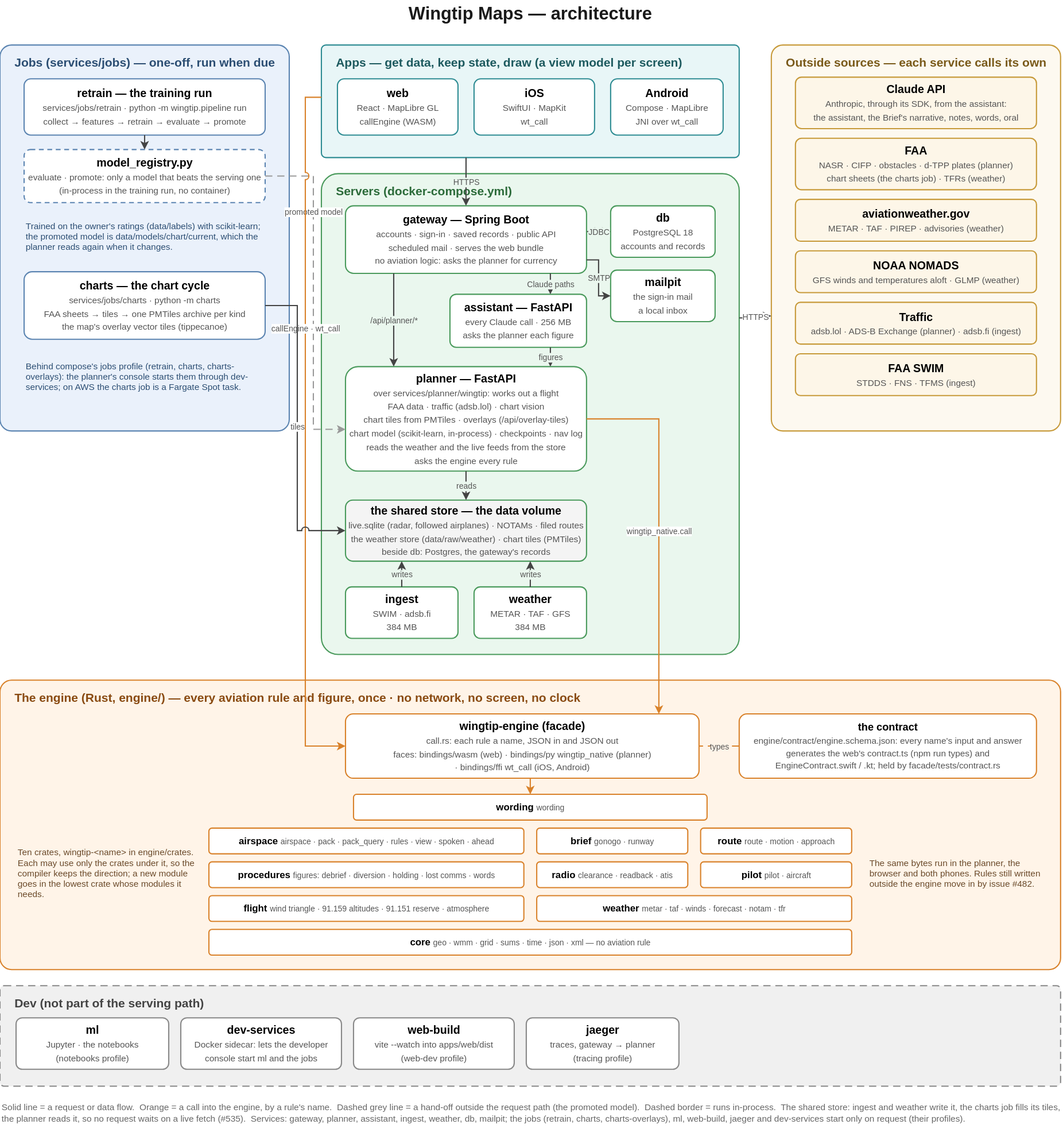
asdaq-samir/wingtip keeps this draw.io diagram as docs/architecture-current.svg. Above is the earlier version. Source tidied: cells renumbered, new cells last; positions are measured from the earlier drawing's top-left corner, leaving out a move shared by most shapes.
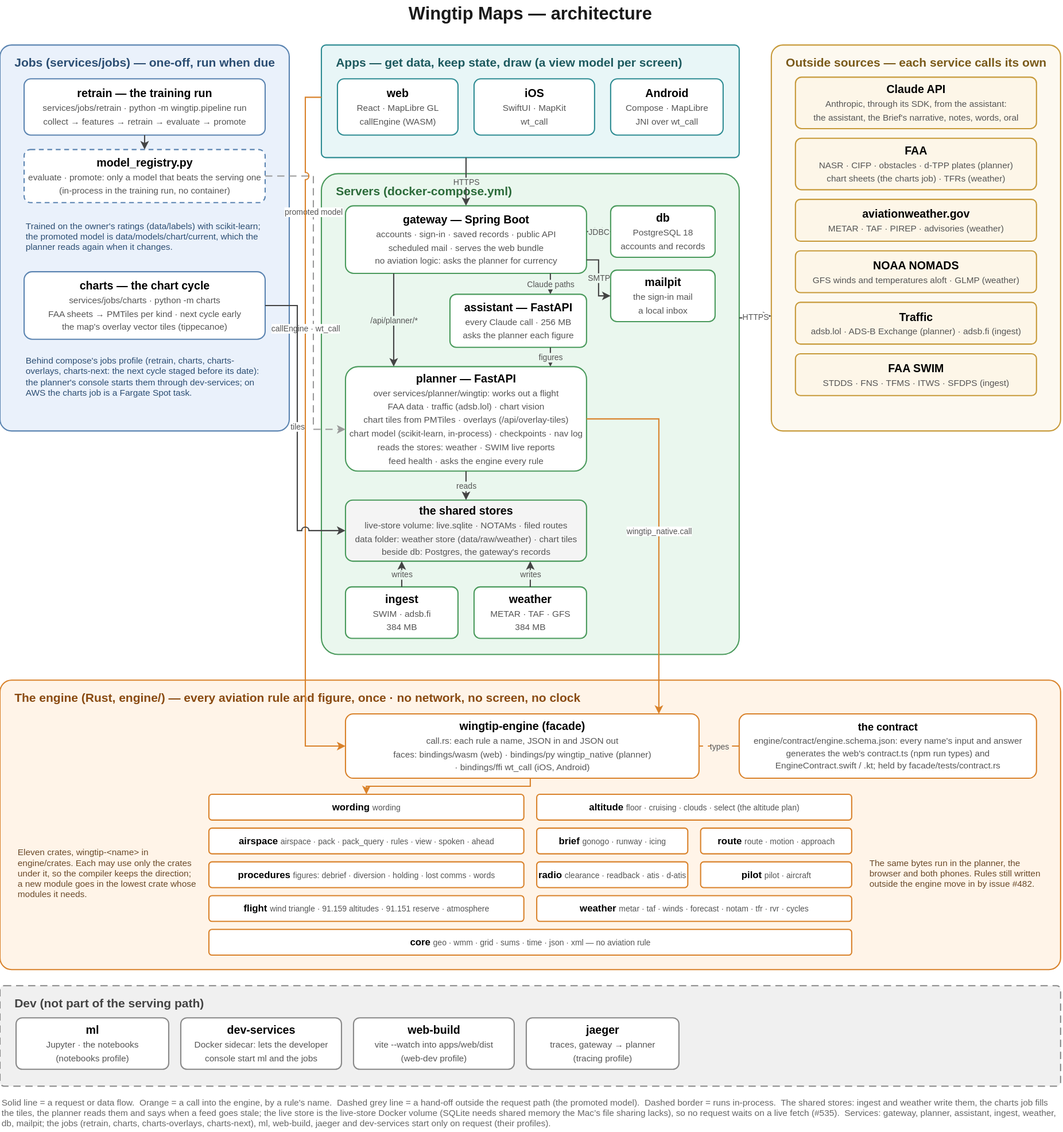
Above is the later version.

What changed in the source:
```diff
@@ -26,10 +26,10 @@
     <mxCell id="9" value="&lt;b&gt;retrain — the training run&lt;/b&gt;&lt;br&gt;&lt;span style=&quot;font-size:11px;color:#555555;&quot;&gt;services/jobs/retrain · python -m wingtip.pipeline run&lt;/span&gt;&lt;br&gt;&lt;span style=&quot;font-size:11px;color:#555555;&quot;&gt;collect → features → retrain → evaluate → promote&lt;/span&gt;" style="rounded=1;arcSize=12;whiteSpace=wrap;html=1;fillColor=#FFFFFF;strokeColor=#5B84B1;strokeWidth=1.5;fontSize=14;" parent="1" vertex="1">
       <mxGeometry x="30" y="98" width="300" height="70" as="geometry" />
     </mxCell>
-    <mxCell id="10" value="&lt;b&gt;charts — the chart cycle&lt;/b&gt;&lt;br&gt;&lt;span style=&quot;font-size:11px;color:#555555;&quot;&gt;services/jobs/charts · python -m charts&lt;/span&gt;&lt;br&gt;&lt;span style=&quot;font-size:11px;color:#555555;&quot;&gt;FAA sheets → tiles → one PMTiles archive per kind&lt;/span&gt;&lt;br&gt;&lt;span style=&quot;font-size:11px;color:#555555;&quot;&gt;the map's overlay vector tiles (tippecanoe)&lt;/span&gt;" style="rounded=1;arcSize=12;whiteSpace=wrap;html=1;fillColor=#FFFFFF;strokeColor=#5B84B1;strokeWidth=1.5;fontSize=14;" parent="1" vertex="1">
+    <mxCell id="10" value="&lt;b&gt;charts — the chart cycle&lt;/b&gt;&lt;br&gt;&lt;span style=&quot;font-size:11px;color:#555555;&quot;&gt;services/jobs/charts · python -m charts&lt;/span&gt;&lt;br&gt;&lt;span style=&quot;font-size:11px;color:#555555;&quot;&gt;FAA sheets → PMTiles per kind · next cycle early&lt;/span&gt;&lt;br&gt;&lt;span style=&quot;font-size:11px;color:#555555;&quot;&gt;the map's overlay vector tiles (tippecanoe)&lt;/span&gt;" style="rounded=1;arcSize=12;whiteSpace=wrap;html=1;fillColor=#FFFFFF;strokeColor=#5B84B1;strokeWidth=1.5;fontSize=14;" parent="1" vertex="1">
       <mxGeometry x="30" y="338" width="300" height="84" as="geometry" />
     </mxCell>
-    <mxCell id="11" value="Behind compose's jobs profile (retrain, charts, charts-overlays): the planner's console starts them through dev-services; on AWS the charts job is a Fargate Spot task." style="text;html=1;whiteSpace=wrap;align=left;verticalAlign=middle;fontSize=11;fontColor=#2C4E73;" parent="1" vertex="1">
+    <mxCell id="11" value="Behind compose's jobs profile (retrain, charts, charts-overlays, charts-next: the next cycle staged before its date): the planner's console starts them through dev-services; on AWS the charts job is a Fargate Spot task." style="text;html=1;whiteSpace=wrap;align=left;verticalAlign=middle;fontSize=11;fontColor=#2C4E73;" parent="1" vertex="1">
       <mxGeometry x="30" y="438" width="300" height="60" as="geometry" />
     </mxCell>
     <mxCell id="12" value="&lt;b&gt;model_registry.py&lt;/b&gt;&lt;br&gt;&lt;span style=&quot;font-size:11px;color:#555555;&quot;&gt;evaluate · promote: only a model that beats the serving one&lt;/span&gt;&lt;br&gt;&lt;span style=&quot;font-size:11px;color:#555555;&quot;&gt;(in-process in the training run, no container)&lt;/span&gt;" style="rounded=1;arcSize=12;whiteSpace=wrap;html=1;fillColor=#FFFFFF;strokeColor=#5B84B1;strokeWidth=1.5;fontSize=14;dashed=1;dashPattern=4 3;" parent="1" vertex="1">
@@ -56,13 +56,13 @@
     <mxCell id="19" value="&lt;b&gt;mailpit&lt;/b&gt;&lt;br&gt;&lt;span style=&quot;font-size:11px;color:#555555;&quot;&gt;the sign-in mail&lt;/span&gt;&lt;br&gt;&lt;span style=&quot;font-size:11px;color:#555555;&quot;&gt;a local inbox&lt;/span&gt;" style="rounded=1;arcSize=12;whiteSpace=wrap;html=1;fillColor=#FFFFFF;strokeColor=#4A9A5C;strokeWidth=1.5;fontSize=14;" parent="1" vertex="1">
       <mxGeometry x="760" y="336" width="130" height="64" as="geometry" />
     </mxCell>
-    <mxCell id="20" value="&lt;b&gt;planner — FastAPI&lt;/b&gt;&lt;br&gt;&lt;span style=&quot;font-size:11px;color:#555555;&quot;&gt;over services/planner/wingtip: works out a flight&lt;/span&gt;&lt;br&gt;&lt;span style=&quot;font-size:11px;color:#555555;&quot;&gt;FAA data · traffic (adsb.lol) · chart vision&lt;/span&gt;&lt;br&gt;&lt;span style=&quot;font-size:11px;color:#555555;&quot;&gt;chart tiles from PMTiles · overlays (/api/overlay-tiles)&lt;/span&gt;&lt;br&gt;&lt;span style=&quot;font-size:11px;color:#555555;&quot;&gt;chart model (scikit-learn, in-process) · checkpoints · nav log&lt;/span&gt;&lt;br&gt;&lt;span style=&quot;font-size:11px;color:#555555;&quot;&gt;reads the weather and the live feeds from the store&lt;/span&gt;&lt;br&gt;&lt;span style=&quot;font-size:11px;color:#555555;&quot;&gt;asks the engine every rule&lt;/span&gt;" style="rounded=1;arcSize=12;whiteSpace=wrap;html=1;fillColor=#FFFFFF;strokeColor=#4A9A5C;strokeWidth=1.5;fontSize=14;" parent="1" vertex="1">
+    <mxCell id="20" value="&lt;b&gt;planner — FastAPI&lt;/b&gt;&lt;br&gt;&lt;span style=&quot;font-size:11px;color:#555555;&quot;&gt;over services/planner/wingtip: works out a flight&lt;/span&gt;&lt;br&gt;&lt;span style=&quot;font-size:11px;color:#555555;&quot;&gt;FAA data · traffic (adsb.lol) · chart vision&lt;/span&gt;&lt;br&gt;&lt;span style=&quot;font-size:11px;color:#555555;&quot;&gt;chart tiles from PMTiles · overlays (/api/overlay-tiles)&lt;/span&gt;&lt;br&gt;&lt;span style=&quot;font-size:11px;color:#555555;&quot;&gt;chart model (scikit-learn, in-process) · checkpoints · nav log&lt;/span&gt;&lt;br&gt;&lt;span style=&quot;font-size:11px;color:#555555;&quot;&gt;reads the stores: weather · SWIM live reports&lt;/span&gt;&lt;br&gt;&lt;span style=&quot;font-size:11px;color:#555555;&quot;&gt;feed health · asks the engine every rule&lt;/span&gt;" style="rounded=1;arcSize=12;whiteSpace=wrap;html=1;fillColor=#FFFFFF;strokeColor=#4A9A5C;strokeWidth=1.5;fontSize=14;" parent="1" vertex="1">
       <mxGeometry x="430" y="456" width="300" height="130" as="geometry" />
     </mxCell>
     <mxCell id="21" value="&lt;b&gt;assistant — FastAPI&lt;/b&gt;&lt;br&gt;&lt;span style=&quot;font-size:11px;color:#555555;&quot;&gt;every Claude call · 256 MB&lt;/span&gt;&lt;br&gt;&lt;span style=&quot;font-size:11px;color:#555555;&quot;&gt;asks the planner each figure&lt;/span&gt;" style="rounded=1;arcSize=12;whiteSpace=wrap;html=1;fillColor=#FFFFFF;strokeColor=#4A9A5C;strokeWidth=1.5;fontSize=14;" parent="1" vertex="1">
       <mxGeometry x="560" y="366" width="170" height="66" as="geometry" />
     </mxCell>
-    <mxCell id="22" value="&lt;b&gt;the shared store — the data volume&lt;/b&gt;&lt;br&gt;&lt;span style=&quot;font-size:11px;color:#555555;&quot;&gt;live.sqlite (radar, followed airplanes) · NOTAMs · filed routes&lt;/span&gt;&lt;br&gt;&lt;span style=&quot;font-size:11px;color:#555555;&quot;&gt;the weather store (data/raw/weather) · chart tiles (PMTiles)&lt;/span&gt;&lt;br&gt;&lt;span style=&quot;font-size:11px;color:#555555;&quot;&gt;beside db: Postgres, the gateway's records&lt;/span&gt;" style="rounded=1;arcSize=12;whiteSpace=wrap;html=1;fillColor=#F4F4F4;strokeColor=#4A9A5C;strokeWidth=1.5;fontSize=14;" parent="1" vertex="1">
+    <mxCell id="22" value="&lt;b&gt;the shared stores&lt;/b&gt;&lt;br&gt;&lt;span style=&quot;font-size:11px;color:#555555;&quot;&gt;live-store volume: live.sqlite · NOTAMs · filed routes&lt;/span&gt;&lt;br&gt;&lt;span style=&quot;font-size:11px;color:#555555;&quot;&gt;data folder: weather store (data/raw/weather) · chart tiles&lt;/span&gt;&lt;br&gt;&lt;span style=&quot;font-size:11px;color:#555555;&quot;&gt;beside db: Postgres, the gateway's records&lt;/span&gt;" style="rounded=1;arcSize=12;whiteSpace=wrap;html=1;fillColor=#F4F4F4;strokeColor=#4A9A5C;strokeWidth=1.5;fontSize=14;" parent="1" vertex="1">
       <mxGeometry x="430" y="622" width="300" height="76" as="geometry" />
     </mxCell>
     <mxCell id="23" value="&lt;b&gt;ingest&lt;/b&gt;&lt;br&gt;&lt;span style=&quot;font-size:11px;color:#555555;&quot;&gt;SWIM · adsb.fi&lt;/span&gt;&lt;br&gt;&lt;span style=&quot;font-size:11px;color:#555555;&quot;&gt;384 MB&lt;/span&gt;" style="rounded=1;arcSize=12;whiteSpace=wrap;html=1;fillColor=#FFFFFF;strokeColor=#4A9A5C;strokeWidth=1.5;fontSize=14;" parent="1" vertex="1">
@@ -86,7 +86,7 @@
     <mxCell id="29" value="&lt;b&gt;Traffic&lt;/b&gt;&lt;br&gt;&lt;span style=&quot;font-size:11px;color:#555555;&quot;&gt;adsb.lol · ADS-B Exchange (planner) · adsb.fi (ingest)&lt;/span&gt;" style="rounded=1;arcSize=12;whiteSpace=wrap;html=1;fillColor=#FDF6E8;strokeColor=#C79A3A;strokeWidth=1.5;fontSize=14;" parent="1" vertex="1">
       <mxGeometry x="990" y="376" width="300" height="52" as="geometry" />
     </mxCell>
-    <mxCell id="30" value="&lt;b&gt;FAA SWIM&lt;/b&gt;&lt;br&gt;&lt;span style=&quot;font-size:11px;color:#555555;&quot;&gt;STDDS · FNS · TFMS (ingest)&lt;/span&gt;" style="rounded=1;arcSize=12;whiteSpace=wrap;html=1;fillColor=#FDF6E8;strokeColor=#C79A3A;strokeWidth=1.5;fontSize=14;" parent="1" vertex="1">
+    <mxCell id="30" value="&lt;b&gt;FAA SWIM&lt;/b&gt;&lt;br&gt;&lt;span style=&quot;font-size:11px;color:#555555;&quot;&gt;STDDS · FNS · TFMS · ITWS · SFDPS (ingest)&lt;/span&gt;" style="rounded=1;arcSize=12;whiteSpace=wrap;html=1;fillColor=#FDF6E8;strokeColor=#C79A3A;strokeWidth=1.5;fontSize=14;" parent="1" vertex="1">
       <mxGeometry x="990" y="440" width="300" height="52" as="geometry" />
     </mxCell>
     <mxCell id="31" value="&lt;b&gt;wingtip-engine (facade)&lt;/b&gt;&lt;br&gt;&lt;span style=&quot;font-size:11px;color:#555555;&quot;&gt;call.rs: each rule a name, JSON in and JSON out&lt;/span&gt;&lt;br&gt;&lt;span style=&quot;font-size:11px;color:#555555;&quot;&gt;faces: bindings/wasm (web) · bindings/py wingtip_native (planner)&lt;/span&gt;&lt;br&gt;&lt;span style=&quot;font-size:11px;color:#555555;&quot;&gt;· bindings/ffi wt_call (iOS, Android)&lt;/span&gt;" style="rounded=1;arcSize=12;whiteSpace=wrap;html=1;fillColor=#FFFFFF;strokeColor=#D9822B;strokeWidth=1.5;fontSize=14;" parent="1" vertex="1">
@@ -96,12 +96,15 @@
       <mxGeometry x="920" y="888" width="370" height="80" as="geometry" />
     </mxCell>
     <mxCell id="33" value="&lt;b&gt;wording&lt;/b&gt; &lt;span style=&quot;font-size:10px;color:#555555;&quot;&gt;wording&lt;/span&gt;" style="rounded=1;arcSize=12;whiteSpace=wrap;html=1;fillColor=#FFFFFF;strokeColor=#D9822B;strokeWidth=1.5;fontSize=12;" parent="1" vertex="1">
-      <mxGeometry x="440" y="988" width="440" height="32" as="geometry" />
+      <mxGeometry x="260" y="988" width="392" height="32" as="geometry" />
     </mxCell>
+    <mxCell id="67" value="&lt;b&gt;altitude&lt;/b&gt; &lt;span style=&quot;font-size:10px;color:#555555;&quot;&gt;floor · cruising · clouds · select (the altitude plan)&lt;/span&gt;" style="rounded=1;arcSize=12;whiteSpace=wrap;html=1;fillColor=#FFFFFF;strokeColor=#D9822B;strokeWidth=1.5;fontSize=12;" parent="1" vertex="1">
+      <mxGeometry x="668" y="988" width="392" height="32" as="geometry" />
+    </mxCell>
     <mxCell id="34" value="&lt;b&gt;airspace&lt;/b&gt; &lt;span style=&quot;font-size:10px;color:#555555;&quot;&gt;airspace · pack · pack_query · rules · view · spoken · ahead&lt;/span&gt;" style="rounded=1;arcSize=12;whiteSpace=wrap;html=1;fillColor=#FFFFFF;strokeColor=#D9822B;strokeWidth=1.5;fontSize=12;" parent="1" vertex="1">
       <mxGeometry x="260" y="1030" width="392" height="32" as="geometry" />
     </mxCell>
-    <mxCell id="35" value="&lt;b&gt;brief&lt;/b&gt; &lt;span style=&quot;font-size:10px;color:#555555;&quot;&gt;gonogo · runway&lt;/span&gt;" style="rounded=1;arcSize=12;whiteSpace=wrap;html=1;fillColor=#FFFFFF;strokeColor=#D9822B;strokeWidth=1.5;fontSize=12;" parent="1" vertex="1">
+    <mxCell id="35" value="&lt;b&gt;brief&lt;/b&gt; &lt;span style=&quot;font-size:10px;color:#555555;&quot;&gt;gonogo · runway · icing&lt;/span&gt;" style="rounded=1;arcSize=12;whiteSpace=wrap;html=1;fillColor=#FFFFFF;strokeColor=#D9822B;strokeWidth=1.5;fontSize=12;" parent="1" vertex="1">
       <mxGeometry x="668" y="1030" width="188" height="32" as="geometry" />
     </mxCell>
     <mxCell id="36" value="&lt;b&gt;route&lt;/b&gt; &lt;span style=&quot;font-size:10px;color:#555555;&quot;&gt;route · motion · approach&lt;/span&gt;" style="rounded=1;arcSize=12;whiteSpace=wrap;html=1;fillColor=#FFFFFF;strokeColor=#D9822B;strokeWidth=1.5;fontSize=12;" parent="1" vertex="1">
@@ -110,7 +113,7 @@
     <mxCell id="37" value="&lt;b&gt;procedures&lt;/b&gt; &lt;span style=&quot;font-size:10px;color:#555555;&quot;&gt;figures: debrief · diversion · holding · lost comms · words&lt;/span&gt;" style="rounded=1;arcSize=12;whiteSpace=wrap;html=1;fillColor=#FFFFFF;strokeColor=#D9822B;strokeWidth=1.5;fontSize=12;" parent="1" vertex="1">
       <mxGeometry x="260" y="1072" width="392" height="32" as="geometry" />
     </mxCell>
-    <mxCell id="38" value="&lt;b&gt;radio&lt;/b&gt; &lt;span style=&quot;font-size:10px;color:#555555;&quot;&gt;clearance · readback · atis&lt;/span&gt;" style="rounded=1;arcSize=12;whiteSpace=wrap;html=1;fillColor=#FFFFFF;strokeColor=#D9822B;strokeWidth=1.5;fontSize=12;" parent="1" vertex="1">
+    <mxCell id="38" value="&lt;b&gt;radio&lt;/b&gt; &lt;span style=&quot;font-size:10px;color:#555555;&quot;&gt;clearance · readback · atis · d-atis&lt;/span&gt;" style="rounded=1;arcSize=12;whiteSpace=wrap;html=1;fillColor=#FFFFFF;strokeColor=#D9822B;strokeWidth=1.5;fontSize=12;" parent="1" vertex="1">
       <mxGeometry x="668" y="1072" width="188" height="32" as="geometry" />
     </mxCell>
     <mxCell id="39" value="&lt;b&gt;pilot&lt;/b&gt; &lt;span style=&quot;font-size:10px;color:#555555;&quot;&gt;pilot · aircraft&lt;/span&gt;" style="rounded=1;arcSize=12;whiteSpace=wrap;html=1;fillColor=#FFFFFF;strokeColor=#D9822B;strokeWidth=1.5;fontSize=12;" parent="1" vertex="1">
@@ -119,10 +122,10 @@
     <mxCell id="40" value="&lt;b&gt;flight&lt;/b&gt; &lt;span style=&quot;font-size:10px;color:#555555;&quot;&gt;wind triangle · 91.159 altitudes · 91.151 reserve · atmosphere&lt;/span&gt;" style="rounded=1;arcSize=12;whiteSpace=wrap;html=1;fillColor=#FFFFFF;strokeColor=#D9822B;strokeWidth=1.5;fontSize=12;" parent="1" vertex="1">
       <mxGeometry x="260" y="1114" width="392" height="32" as="geometry" />
     </mxCell>
-    <mxCell id="41" value="&lt;b&gt;weather&lt;/b&gt; &lt;span style=&quot;font-size:10px;color:#555555;&quot;&gt;metar · taf · winds · forecast · notam · tfr&lt;/span&gt;" style="rounded=1;arcSize=12;whiteSpace=wrap;html=1;fillColor=#FFFFFF;strokeColor=#D9822B;strokeWidth=1.5;fontSize=12;" parent="1" vertex="1">
+    <mxCell id="41" value="&lt;b&gt;weather&lt;/b&gt; &lt;span style=&quot;font-size:10px;color:#555555;&quot;&gt;metar · taf · winds · forecast · notam · tfr · rvr · cycles&lt;/span&gt;" style="rounded=1;arcSize=12;whiteSpace=wrap;html=1;fillColor=#FFFFFF;strokeColor=#D9822B;strokeWidth=1.5;fontSize=12;" parent="1" vertex="1">
       <mxGeometry x="668" y="1114" width="392" height="32" as="geometry" />
     </mxCell>
-    <mxCell id="42" value="Ten crates, wingtip-&amp;lt;name&amp;gt; in engine/crates. Each may use only the crates under it, so the compiler keeps the direction; a new module goes in the lowest crate whose modules it needs." style="text;html=1;whiteSpace=wrap;align=left;verticalAlign=middle;fontSize=11;fontColor=#6A4A2A;" parent="1" vertex="1">
+    <mxCell id="42" value="Eleven crates, wingtip-&amp;lt;name&amp;gt; in engine/crates. Each may use only the crates under it, so the compiler keeps the direction; a new module goes in the lowest crate whose modules it needs." style="text;html=1;whiteSpace=wrap;align=left;verticalAlign=middle;fontSize=11;fontColor=#6A4A2A;" parent="1" vertex="1">
       <mxGeometry x="20" y="996" width="225" height="180" as="geometry" />
     </mxCell>
     <mxCell id="43" value="&lt;b&gt;core&lt;/b&gt; &lt;span style=&quot;font-size:10px;color:#555555;&quot;&gt;geo · wmm · grid · sums · time · json · xml — no aviation rule&lt;/span&gt;" style="rounded=1;arcSize=12;whiteSpace=wrap;html=1;fillColor=#FFFFFF;strokeColor=#D9822B;strokeWidth=1.5;fontSize=12;" parent="1" vertex="1">
@@ -209,7 +212,7 @@
         </Array>
       </mxGeometry>
     </mxCell>
-    <mxCell id="66" value="Solid line = a request or data flow.&amp;nbsp; Orange = a call into the engine, by a rule's name.&amp;nbsp; Dashed grey line = a hand-off outside the request path (the promoted model).&amp;nbsp; Dashed border = runs in-process.&amp;nbsp; The shared store: ingest and weather write it, the charts job fills its tiles, the planner reads it, so no request waits on a live fetch (#535).&amp;nbsp; Services: gateway, planner, assistant, ingest, weather, db, mailpit; the jobs (retrain, charts, charts-overlays), ml, web-build, jaeger and dev-services start only on request (their profiles)." style="text;html=1;whiteSpace=wrap;align=left;verticalAlign=middle;fontSize=11;fontColor=#666666;" parent="1" vertex="1">
+    <mxCell id="66" value="Solid line = a request or data flow.&amp;nbsp; Orange = a call into the engine, by a rule's name.&amp;nbsp; Dashed grey line = a hand-off outside the request path (the promoted model).&amp;nbsp; Dashed border = runs in-process.&amp;nbsp; The shared stores: ingest and weather write them, the charts job fills the tiles, the planner reads them and says when a feed goes stale; the live store is the live-store Docker volume (SQLite needs shared memory the Mac’s file sharing lacks), so no request waits on a live fetch (#535).&amp;nbsp; Services: gateway, planner, assistant, ingest, weather, db, mailpit; the jobs (retrain, charts, charts-overlays, charts-next), ml, web-build, jaeger and dev-services start only on request (their profiles)." style="text;html=1;whiteSpace=wrap;align=left;verticalAlign=middle;fontSize=11;fontColor=#666666;" parent="1" vertex="1">
       <mxGeometry y="1361" width="1320" height="46" as="geometry" />
     </mxCell>
   </root>
```
